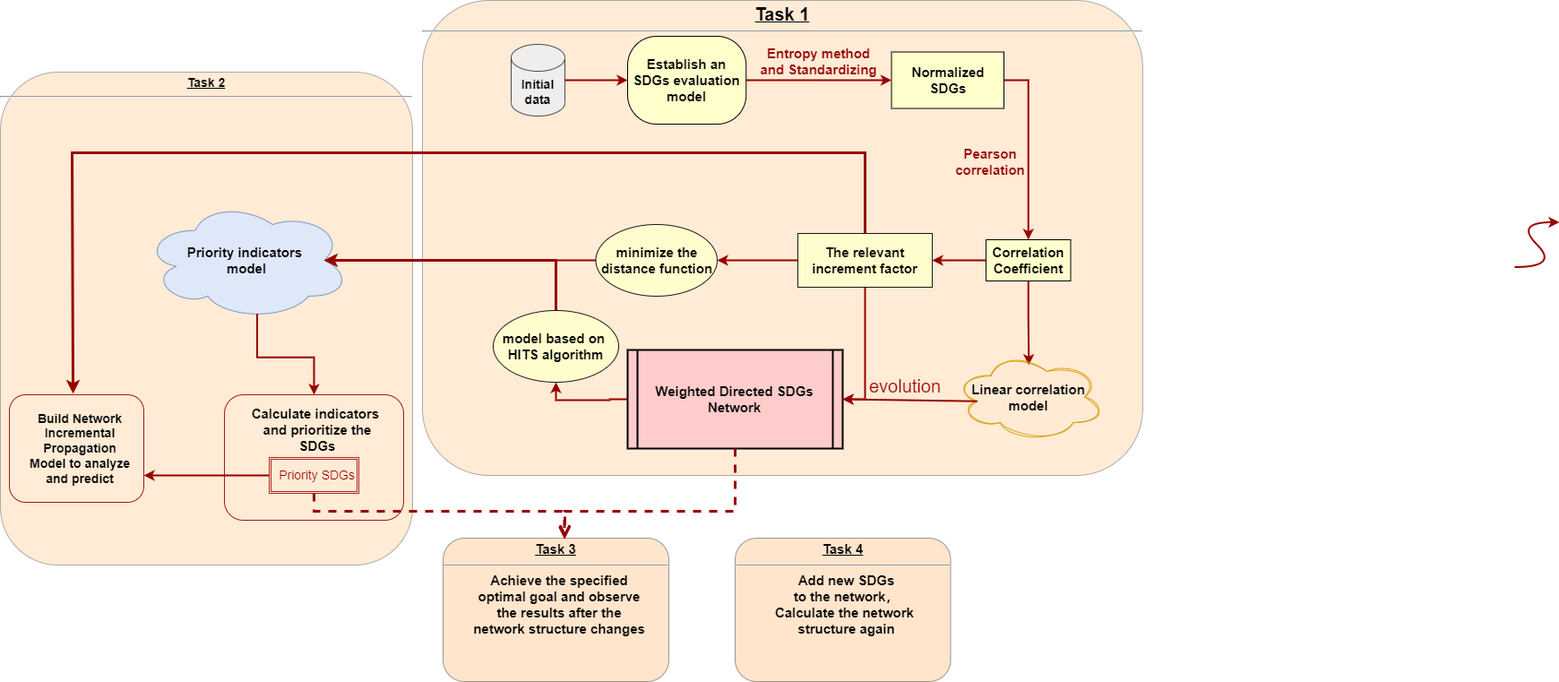
Above: 未命名绘图.drawio.png in JYbrucEupup/zip (draw.io), before the change. Source tidied: cells renumbered, new cells last; positions are measured from the earlier drawing's top-left corner, leaving out a move shared by most shapes.
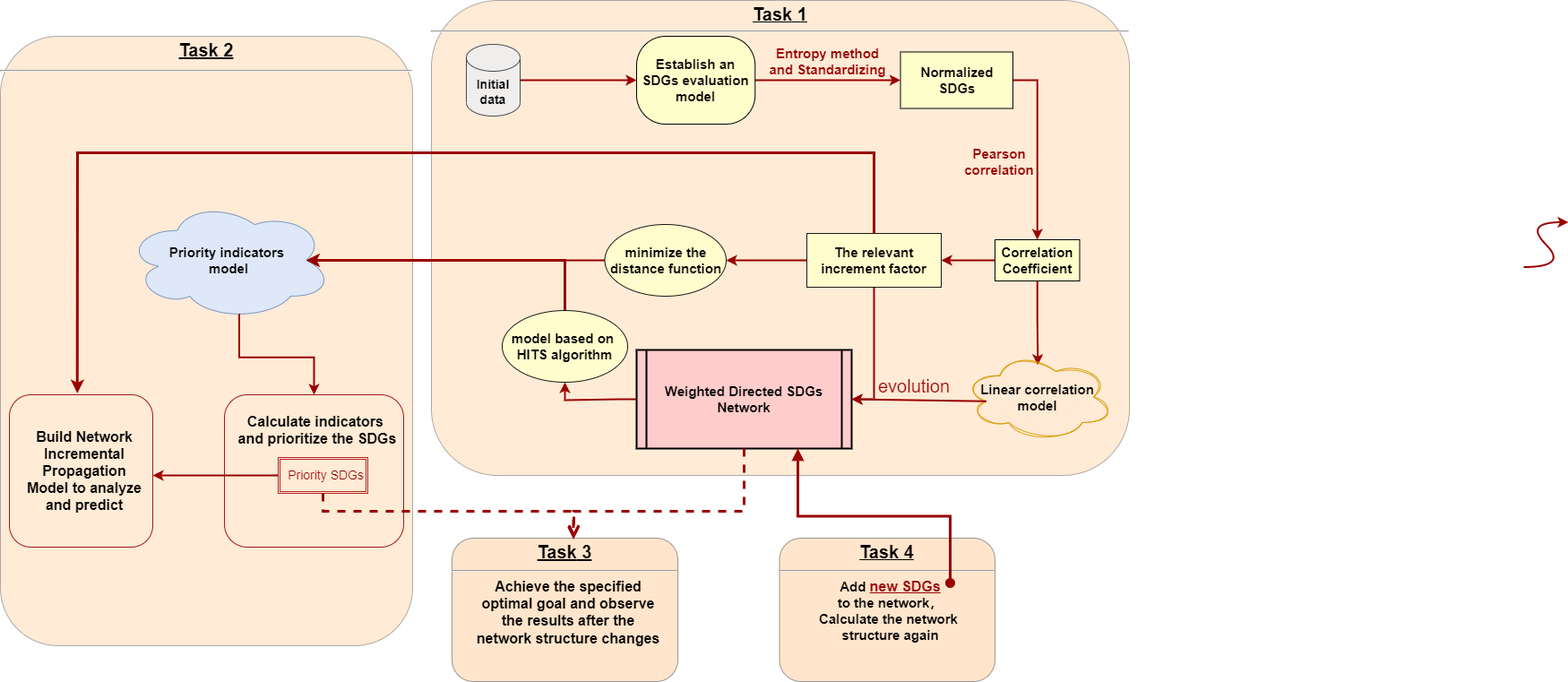
After the change.

Commit message:
更新未命名绘图.drawio.png

The edit, as a diff of the source:
```diff
@@ -2,11 +2,11 @@
   <root>
     <mxCell id="0" />
     <mxCell id="1" parent="0" />
-    <mxCell id="2" value="&lt;p style=&quot;margin: 0px; margin-top: 4px; text-align: center; text-decoration: underline;&quot;&gt;&lt;strong&gt;&lt;font style=&quot;font-size: 14px;&quot;&gt;Task 2&lt;/font&gt;&lt;br&gt;&lt;/strong&gt;&lt;/p&gt;&lt;hr&gt;&lt;p style=&quot;margin: 0px 0px 0px 8px; font-size: 15px;&quot;&gt;&lt;br&gt;&lt;/p&gt;" style="verticalAlign=middle;align=center;overflow=fill;fontSize=12;fontFamily=Helvetica;html=1;rounded=1;fontStyle=1;strokeWidth=1;fillColor=#ffcc99;arcSize=14;opacity=40;strokeColor=#36393d;" parent="1" vertex="1">
-      <mxGeometry y="80" width="460" height="550" as="geometry" />
+    <mxCell id="2" value="&lt;p style=&quot;margin: 4px 0px 0px; text-align: center; text-decoration: underline; font-size: 20px;&quot;&gt;&lt;strong style=&quot;&quot;&gt;&lt;font style=&quot;font-size: 20px;&quot;&gt;&lt;font style=&quot;font-size: 20px;&quot;&gt;Task 2&lt;/font&gt;&lt;br&gt;&lt;/font&gt;&lt;/strong&gt;&lt;/p&gt;&lt;hr style=&quot;font-size: 20px;&quot;&gt;&lt;p style=&quot;margin: 0px 0px 0px 8px; font-size: 20px;&quot;&gt;&lt;br&gt;&lt;/p&gt;" style="verticalAlign=middle;align=center;overflow=fill;fontSize=12;fontFamily=Helvetica;html=1;rounded=1;fontStyle=1;strokeWidth=1;fillColor=#ffcc99;arcSize=14;opacity=40;strokeColor=#36393d;" parent="1" vertex="1">
+      <mxGeometry x="-10" y="40" width="460" height="680" as="geometry" />
     </mxCell>
     <mxCell id="3" value="&lt;p style=&quot;margin: 0px; margin-top: 4px; text-align: center; text-decoration: underline;&quot;&gt;&lt;strong&gt;&lt;font style=&quot;font-size: 20px;&quot;&gt;Task 1&lt;/font&gt;&lt;br&gt;&lt;/strong&gt;&lt;/p&gt;&lt;hr&gt;&lt;p style=&quot;margin: 0px 0px 0px 8px; font-size: 15px;&quot;&gt;&lt;br&gt;&lt;/p&gt;" style="verticalAlign=middle;align=center;overflow=fill;fontSize=12;fontFamily=Helvetica;html=1;rounded=1;fontStyle=1;strokeWidth=1;fillColor=#ffcc99;arcSize=14;opacity=40;strokeColor=#36393d;" parent="1" vertex="1">
-      <mxGeometry x="471" width="803.9" height="530" as="geometry" />
+      <mxGeometry x="471" width="779" height="530" as="geometry" />
     </mxCell>
     <mxCell id="4" style="edgeStyle=orthogonalEdgeStyle;rounded=0;jettySize=auto;html=1;exitX=1;exitY=0.5;exitDx=0;exitDy=0;entryX=0.5;entryY=0;entryDx=0;entryDy=0;strokeColor=#990000;strokeWidth=2;fontSize=13;fontColor=#990000;" parent="1" edge="1" source="5" target="15">
       <mxGeometry relative="1" as="geometry" />
@@ -26,11 +26,11 @@
     <mxCell id="9" value="Weighted Directed SDGs Network" style="shape=process;whiteSpace=wrap;align=center;verticalAlign=middle;size=0.0475;fontStyle=1;strokeWidth=2;fillColor=#FFCCCC;fontSize=15;" parent="1" vertex="1">
       <mxGeometry x="700" y="390" width="240" height="110" as="geometry" />
     </mxCell>
-    <mxCell id="10" value="&lt;p style=&quot;margin: 4px 0px 0px; text-align: center; font-size: 15px;&quot;&gt;&lt;strong style=&quot;&quot;&gt;&lt;font style=&quot;font-size: 15px;&quot;&gt;&lt;u style=&quot;&quot;&gt;&lt;strong style=&quot;&quot;&gt;Task&lt;/strong&gt; 3&lt;/u&gt;&lt;br&gt;&lt;/font&gt;&lt;/strong&gt;&lt;/p&gt;&lt;hr style=&quot;font-size: 15px;&quot;&gt;&lt;p style=&quot;margin: 0px 0px 0px 8px; font-size: 15px;&quot;&gt;&lt;font style=&quot;font-size: 15px;&quot;&gt;Achieve the specified&lt;/font&gt;&lt;/p&gt;&lt;p style=&quot;margin: 0px 0px 0px 8px; font-size: 15px;&quot;&gt;&lt;font style=&quot;font-size: 15px;&quot;&gt;optimal goal and observe&lt;/font&gt;&lt;/p&gt;&lt;p style=&quot;margin: 0px 0px 0px 8px; font-size: 15px;&quot;&gt;&lt;font style=&quot;font-size: 15px;&quot;&gt;the results after the&lt;/font&gt;&lt;/p&gt;&lt;p style=&quot;margin: 0px 0px 0px 8px; font-size: 15px;&quot;&gt;&lt;font style=&quot;font-size: 15px;&quot;&gt;network structure changes&lt;/font&gt;&lt;/p&gt;" style="verticalAlign=middle;align=center;overflow=fill;fontSize=12;fontFamily=Helvetica;html=1;rounded=1;fontStyle=1;strokeWidth=1;fillColor=#ffcc99;opacity=50;strokeColor=#36393d;" parent="1" vertex="1">
+    <mxCell id="10" value="&lt;p style=&quot;margin: 4px 0px 0px; text-align: center; font-size: 15px;&quot;&gt;&lt;strong style=&quot;&quot;&gt;&lt;font style=&quot;font-size: 20px;&quot;&gt;&lt;u style=&quot;&quot;&gt;&lt;strong style=&quot;&quot;&gt;Task&lt;/strong&gt; 3&lt;/u&gt;&lt;br&gt;&lt;/font&gt;&lt;/strong&gt;&lt;/p&gt;&lt;hr style=&quot;font-size: 15px;&quot;&gt;&lt;p style=&quot;margin: 0px 0px 0px 8px; font-size: 16px;&quot;&gt;&lt;font style=&quot;font-size: 16px;&quot;&gt;Achieve the specified&lt;/font&gt;&lt;/p&gt;&lt;p style=&quot;margin: 0px 0px 0px 8px; font-size: 16px;&quot;&gt;&lt;font style=&quot;font-size: 16px;&quot;&gt;optimal goal and observe&lt;/font&gt;&lt;/p&gt;&lt;p style=&quot;margin: 0px 0px 0px 8px; font-size: 16px;&quot;&gt;&lt;font style=&quot;font-size: 16px;&quot;&gt;the results after the&lt;/font&gt;&lt;/p&gt;&lt;p style=&quot;margin: 0px 0px 0px 8px; font-size: 16px;&quot;&gt;&lt;font style=&quot;font-size: 16px;&quot;&gt;network structure changes&lt;/font&gt;&lt;/p&gt;" style="verticalAlign=middle;align=center;overflow=fill;fontSize=12;fontFamily=Helvetica;html=1;rounded=1;fontStyle=1;strokeWidth=1;fillColor=#ffcc99;opacity=50;strokeColor=#36393d;" parent="1" vertex="1">
       <mxGeometry x="494" y="600" width="252" height="160" as="geometry" />
     </mxCell>
-    <mxCell id="11" value="&lt;p style=&quot;margin: 4px 0px 0px; text-align: center; text-decoration: underline; font-size: 15px;&quot;&gt;&lt;strong style=&quot;&quot;&gt;&lt;font style=&quot;font-size: 15px;&quot;&gt;Task 4&lt;br&gt;&lt;/font&gt;&lt;/strong&gt;&lt;/p&gt;&lt;hr style=&quot;font-size: 15px;&quot;&gt;&lt;p style=&quot;margin: 0px 0px 0px 8px; font-size: 15px;&quot;&gt;&lt;font style=&quot;font-size: 15px;&quot;&gt;Add new SDGs&lt;/font&gt;&lt;/p&gt;&lt;p style=&quot;margin: 0px 0px 0px 8px; font-size: 15px;&quot;&gt;&lt;font style=&quot;font-size: 15px;&quot;&gt;to the network，&lt;/font&gt;&lt;/p&gt;&lt;p style=&quot;margin: 0px 0px 0px 8px; font-size: 15px;&quot;&gt;&lt;font style=&quot;font-size: 15px;&quot;&gt;Calculate the network&amp;nbsp;&lt;/font&gt;&lt;/p&gt;&lt;p style=&quot;margin: 0px 0px 0px 8px; font-size: 15px;&quot;&gt;&lt;font style=&quot;font-size: 15px;&quot;&gt;structure again&lt;/font&gt;&lt;/p&gt;" style="verticalAlign=middle;align=center;overflow=fill;fontSize=12;fontFamily=Helvetica;html=1;rounded=1;fontStyle=1;strokeWidth=1;fillColor=#ffcc99;opacity=50;strokeColor=#36393d;" parent="1" vertex="1">
-      <mxGeometry x="820" y="600" width="240.5" height="160" as="geometry" />
+    <mxCell id="11" value="&lt;p style=&quot;margin: 4px 0px 0px; text-align: center; text-decoration: underline;&quot;&gt;&lt;strong style=&quot;&quot;&gt;&lt;font style=&quot;&quot;&gt;&lt;font style=&quot;font-size: 20px;&quot;&gt;Task 4&lt;/font&gt;&lt;br&gt;&lt;/font&gt;&lt;/strong&gt;&lt;/p&gt;&lt;hr style=&quot;font-size: 15px;&quot;&gt;&lt;p style=&quot;margin: 0px 0px 0px 8px;&quot;&gt;&lt;font style=&quot;&quot;&gt;&lt;span style=&quot;font-size: 15px;&quot;&gt;Add &lt;/span&gt;&lt;font style=&quot;font-size: 16px;&quot; color=&quot;#990000&quot;&gt;&lt;u&gt;new SDGs&lt;/u&gt;&lt;/font&gt;&lt;/font&gt;&lt;/p&gt;&lt;p style=&quot;margin: 0px 0px 0px 8px; font-size: 15px;&quot;&gt;&lt;font style=&quot;font-size: 15px;&quot;&gt;to the network，&lt;/font&gt;&lt;/p&gt;&lt;p style=&quot;margin: 0px 0px 0px 8px; font-size: 15px;&quot;&gt;&lt;font style=&quot;font-size: 15px;&quot;&gt;Calculate the network&amp;nbsp;&lt;/font&gt;&lt;/p&gt;&lt;p style=&quot;margin: 0px 0px 0px 8px; font-size: 15px;&quot;&gt;&lt;font style=&quot;font-size: 15px;&quot;&gt;structure again&lt;/font&gt;&lt;/p&gt;" style="verticalAlign=middle;align=center;overflow=fill;fontSize=12;fontFamily=Helvetica;html=1;rounded=1;fontStyle=1;strokeWidth=1;fillColor=#ffcc99;opacity=50;strokeColor=#36393d;" parent="1" vertex="1">
+      <mxGeometry x="859.5" y="600" width="240.5" height="160" as="geometry" />
     </mxCell>
     <mxCell id="12" value="Entropy method &#10;and Standardizing" style="text;spacingTop=-5;align=center;fontColor=#990000;fontSize=15;fontStyle=1;" parent="1" vertex="1">
       <mxGeometry x="896.9" y="49" width="33.1" height="20" as="geometry" />
@@ -66,19 +66,19 @@
       <mxGeometry relative="1" as="geometry" />
     </mxCell>
     <mxCell id="23" value="&lt;font style=&quot;font-size: 15px;&quot;&gt;&lt;b&gt;Priority&amp;nbsp;indicators&amp;nbsp;&lt;br&gt;model&lt;/b&gt;&lt;/font&gt;" style="ellipse;shape=cloud;whiteSpace=wrap;html=1;labelBackgroundColor=none;labelBorderColor=none;strokeColor=#6c8ebf;strokeWidth=1;fontSize=14;fillColor=#dae8fc;opacity=90;" parent="1" vertex="1">
-      <mxGeometry x="160" y="223.5" width="230" height="133" as="geometry" />
+      <mxGeometry x="130" y="223.5" width="230" height="133" as="geometry" />
     </mxCell>
     <mxCell id="24" style="edgeStyle=orthogonalEdgeStyle;rounded=0;jettySize=auto;html=1;exitX=1;exitY=0.5;exitDx=0;exitDy=0;exitPerimeter=0;entryX=0;entryY=0.5;entryDx=0;entryDy=0;strokeColor=#990000;strokeWidth=2;fontSize=14;fontColor=#990000;" parent="1" edge="1" source="25" target="7">
       <mxGeometry relative="1" as="geometry" />
     </mxCell>
     <mxCell id="25" value="&lt;font style=&quot;font-size: 14px;&quot;&gt;&lt;b&gt;Initial data&lt;/b&gt;&lt;/font&gt;" style="shape=cylinder3;whiteSpace=wrap;html=1;boundedLbl=1;backgroundOutline=1;size=15;labelBackgroundColor=none;labelBorderColor=none;strokeColor=#36393d;strokeWidth=1;fontSize=13;fillColor=#eeeeee;opacity=90;" parent="1" vertex="1">
-      <mxGeometry x="570" y="49" width="60" height="80" as="geometry" />
+      <mxGeometry x="510" y="49" width="60" height="80" as="geometry" />
     </mxCell>
-    <mxCell id="26" value="&lt;p style=&quot;border-color: var(--border-color); margin: 0px 0px 0px 8px;&quot;&gt;&lt;font style=&quot;&quot; color=&quot;#000000&quot;&gt;&lt;b&gt;Build Network Incremental Propagation Model&amp;nbsp;to analyze and predict&lt;/b&gt;&lt;/font&gt;&lt;br&gt;&lt;/p&gt;" style="rounded=1;whiteSpace=wrap;html=1;labelBackgroundColor=none;labelBorderColor=none;strokeColor=#990000;strokeWidth=1;fontSize=14;fontColor=#990000;fillColor=none;opacity=90;" parent="1" vertex="1">
-      <mxGeometry x="10" y="440" width="150" height="120" as="geometry" />
+    <mxCell id="26" value="&lt;p style=&quot;border-color: var(--border-color); margin: 0px 0px 0px 8px;&quot;&gt;&lt;font size=&quot;1&quot; style=&quot;&quot; color=&quot;#000000&quot;&gt;&lt;b style=&quot;font-size: 16px;&quot;&gt;Build Network Incremental Propagation Model&amp;nbsp;to analyze and predict&lt;/b&gt;&lt;/font&gt;&lt;br&gt;&lt;/p&gt;" style="rounded=1;whiteSpace=wrap;html=1;labelBackgroundColor=none;labelBorderColor=none;strokeColor=#990000;strokeWidth=1;fontSize=14;fontColor=#990000;fillColor=none;opacity=90;" parent="1" vertex="1">
+      <mxGeometry y="440" width="160" height="170" as="geometry" />
     </mxCell>
     <mxCell id="27" value="&lt;p style=&quot;border-color: var(--border-color); color: rgb(0, 0, 0); font-weight: 700; margin: 0px 0px 0px 8px; font-size: 15px;&quot;&gt;&lt;br&gt;&lt;/p&gt;" style="rounded=1;whiteSpace=wrap;html=1;labelBackgroundColor=none;labelBorderColor=none;strokeColor=#990000;strokeWidth=1;fontSize=14;fontColor=#990000;fillColor=none;opacity=90;" parent="1" vertex="1">
-      <mxGeometry x="250" y="440" width="200" height="140" as="geometry" />
+      <mxGeometry x="240" y="440" width="200" height="170" as="geometry" />
     </mxCell>
     <mxCell id="28" style="edgeStyle=orthogonalEdgeStyle;rounded=0;jettySize=auto;html=1;exitX=0;exitY=0.5;exitDx=0;exitDy=0;strokeColor=#990000;strokeWidth=2;fontSize=14;fontColor=#990000;" parent="1" edge="1" source="29">
       <mxGeometry relative="1" as="geometry">
@@ -99,7 +99,7 @@
         <Array as="points">
           <mxPoint x="965" y="170" />
           <mxPoint x="720" y="170" />
-          <mxPoint x="80" y="170" />
+          <mxPoint x="76" y="170" />
         </Array>
       </mxGeometry>
     </mxCell>
@@ -117,8 +117,8 @@
     <mxCell id="35" value="&lt;b style=&quot;font-size: 15px;&quot;&gt;model&amp;nbsp;based&amp;nbsp;on&amp;nbsp;&lt;br&gt;HITS&amp;nbsp;algorithm&lt;/b&gt;" style="ellipse;whiteSpace=wrap;html=1;labelBackgroundColor=none;labelBorderColor=none;strokeColor=#000000;strokeWidth=1;fontSize=13;fontColor=#000000;fillColor=#FFFFCC;opacity=90;" parent="1" vertex="1">
       <mxGeometry x="550" y="346" width="140" height="80" as="geometry" />
     </mxCell>
-    <mxCell id="36" value="&lt;font style=&quot;font-size: 15px;&quot;&gt;&lt;b&gt;&lt;br&gt;&lt;/b&gt;&lt;/font&gt;&lt;p style=&quot;border-color: var(--border-color); color: rgb(0, 0, 0); margin: 0px 0px 0px 8px; font-size: 15px;&quot;&gt;&lt;font style=&quot;border-color: var(--border-color); font-size: 15px;&quot;&gt;&lt;b&gt;Calculate indicators&amp;nbsp;&lt;/b&gt;&lt;/font&gt;&lt;/p&gt;&lt;p style=&quot;border-color: var(--border-color); color: rgb(0, 0, 0); margin: 0px 0px 0px 8px; font-size: 15px;&quot;&gt;&lt;font style=&quot;border-color: var(--border-color); font-size: 15px;&quot;&gt;&lt;b&gt;and prioritize the SDGs&lt;/b&gt;&lt;/font&gt;&lt;/p&gt;" style="rounded=0;whiteSpace=wrap;html=1;labelBackgroundColor=none;labelBorderColor=none;strokeColor=none;strokeWidth=1;fontSize=13;fontColor=#990000;fillColor=none;gradientColor=none;" parent="1" vertex="1">
-      <mxGeometry x="270" y="440" width="160" height="60" as="geometry" />
+    <mxCell id="36" value="&lt;font style=&quot;font-size: 16px;&quot;&gt;&lt;b style=&quot;&quot;&gt;&lt;br&gt;&lt;/b&gt;&lt;/font&gt;&lt;p style=&quot;border-color: var(--border-color); color: rgb(0, 0, 0); margin: 0px 0px 0px 8px; font-size: 16px;&quot;&gt;&lt;font style=&quot;border-color: var(--border-color); font-size: 16px;&quot;&gt;&lt;b&gt;Calculate indicators&amp;nbsp;&lt;/b&gt;&lt;/font&gt;&lt;/p&gt;&lt;p style=&quot;border-color: var(--border-color); color: rgb(0, 0, 0); margin: 0px 0px 0px 8px; font-size: 16px;&quot;&gt;&lt;font style=&quot;border-color: var(--border-color); font-size: 16px;&quot;&gt;&lt;b style=&quot;&quot;&gt;and prioritize the SDGs&lt;/b&gt;&lt;/font&gt;&lt;/p&gt;" style="rounded=0;whiteSpace=wrap;html=1;labelBackgroundColor=none;labelBorderColor=none;strokeColor=none;strokeWidth=1;fontSize=13;fontColor=#990000;fillColor=none;gradientColor=none;" parent="1" vertex="1">
+      <mxGeometry x="240" y="440" width="200" height="60" as="geometry" />
     </mxCell>
     <mxCell id="37" value="&lt;font color=&quot;#990000&quot;&gt;evolution&lt;/font&gt;" style="rounded=0;whiteSpace=wrap;html=1;shadow=0;glass=0;labelBackgroundColor=none;labelBorderColor=none;strokeWidth=1;fontSize=20;arcSize=50;opacity=0;" parent="1" vertex="1">
       <mxGeometry x="950" y="400" width="120" height="60" as="geometry" />
@@ -158,5 +158,10 @@
         </Array>
       </mxGeometry>
     </mxCell>
+    <mxCell id="41" style="html=1;verticalAlign=bottom;startArrow=oval;startFill=1;endArrow=block;startSize=8;edgeStyle=elbowEdgeStyle;elbow=vertical;curved=0;rounded=0;strokeColor=#990000;strokeWidth=3;fontSize=16;fontColor=#990000;entryX=0.75;entryY=1;entryDx=0;entryDy=0;" parent="1" edge="1" target="9">
+      <mxGeometry relative="1" as="geometry">
+        <mxPoint x="1050" y="650" as="sourcePoint" />
+      </mxGeometry>
+    </mxCell>
   </root>
 </mxGraphModel>
```
